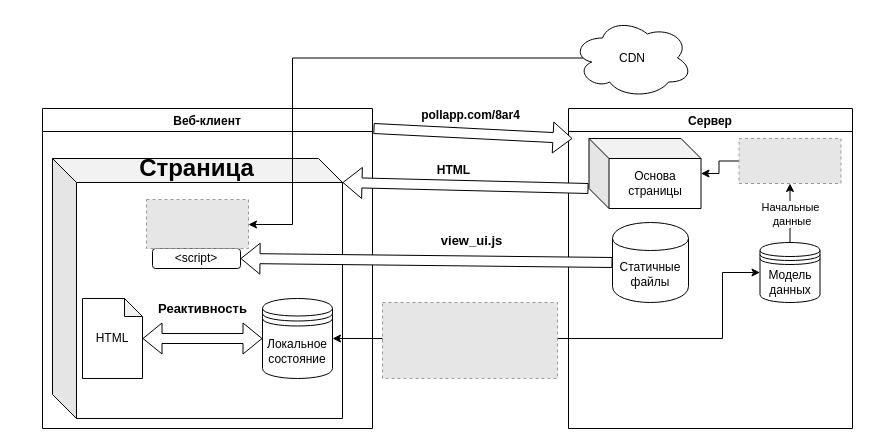
Jeday/GraduationPaper keeps this draw.io diagram as drawio/ui.drawio. Above is the earlier version. Source tidied: cells renumbered, new cells numbered last; positions are measured from the earlier drawing's top-left corner, leaving out a move shared by most shapes. Both pictures are drawn from the tidied source at 100%, with x=0, y=0 at pixel (42, 18). Pictures stored in the file or linked from it are replaced by grey dashed boxes.
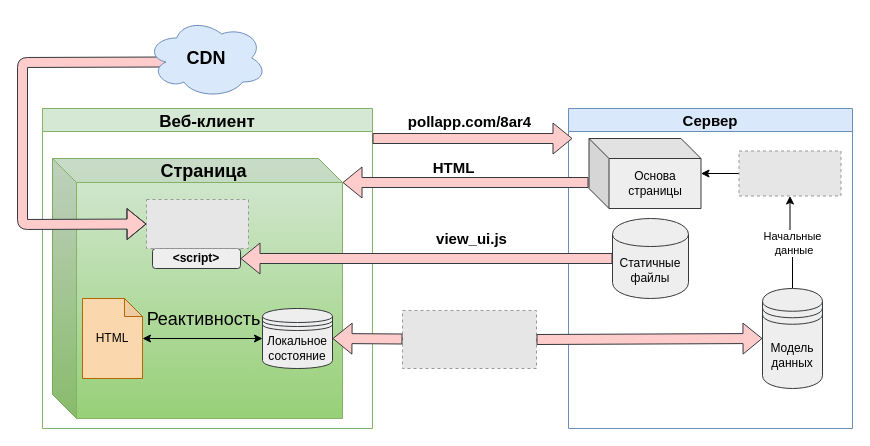
After the change.

The change refers to these unchanged cells:
```xml
<mxCell id="12" style="fillColor=#E6E6E6;strokeColor=#999999;dashed=1;verticalLabelPosition=bottom;labelBackgroundColor=#ffffff;verticalAlign=top;whiteSpace=wrap;" parent="9" vertex="1">
  <mxGeometry x="104" y="91" width="102" height="49" as="geometry" />
</mxCell>
```

Change to the diagram source:
```diff
@@
-    <mxCell id="2" value="Сервер" style="swimlane;" parent="1" vertex="1">
+    <mxCell id="2" value="Сервер" style="swimlane;fillColor=#dae8fc;strokeColor=#6c8ebf;fontSize=15;" parent="1" vertex="1">
       <mxGeometry x="526" y="90" width="284" height="320" as="geometry" />
     </mxCell>
@@
     <mxCell id="4" style="fillColor=#E6E6E6;strokeColor=#999999;dashed=1;verticalLabelPosition=bottom;labelBackgroundColor=#ffffff;verticalAlign=top;" parent="2" vertex="1">
-      <mxGeometry x="170.5" y="30" width="102" height="45" as="geometry" />
+      <mxGeometry x="170.5" y="42.5" width="102" height="45" as="geometry" />
     </mxCell>
-    <mxCell id="5" value="Основа страницы" style="shape=cube;whiteSpace=wrap;html=1;boundedLbl=1;backgroundOutline=1;darkOpacity=0.05;darkOpacity2=0.1;" parent="2" vertex="1">
+    <mxCell id="5" value="Основа страницы" style="shape=cube;whiteSpace=wrap;html=1;boundedLbl=1;backgroundOutline=1;darkOpacity=0.05;darkOpacity2=0.1;fillColor=#eeeeee;strokeColor=#36393d;" parent="2" vertex="1">
       <mxGeometry x="20.5" y="30" width="112" height="70" as="geometry" />
     </mxCell>
@@
-    <mxCell id="7" value="Модель данных" style="shape=datastore;whiteSpace=wrap;html=1;" parent="2" vertex="1">
-      <mxGeometry x="191.5" y="134" width="60" height="60" as="geometry" />
+    <mxCell id="7" value="Модель данных" style="shape=datastore;whiteSpace=wrap;html=1;fillColor=#eeeeee;strokeColor=#36393d;" parent="2" vertex="1">
+      <mxGeometry x="194" y="180" width="60" height="100" as="geometry" />
     </mxCell>
-    <mxCell id="8" value="Статичные файлы" style="shape=cylinder;whiteSpace=wrap;html=1;boundedLbl=1;backgroundOutline=1;" parent="2" vertex="1">
-      <mxGeometry x="44" y="114" width="76" height="80" as="geometry" />
+    <mxCell id="8" value="Статичные файлы" style="shape=cylinder;whiteSpace=wrap;html=1;boundedLbl=1;backgroundOutline=1;fillColor=#eeeeee;strokeColor=#36393d;" parent="2" vertex="1">
+      <mxGeometry x="44" y="110" width="76" height="80" as="geometry" />
     </mxCell>
-    <mxCell id="9" value="Веб-клиент" style="swimlane;" parent="1" vertex="1">
+    <mxCell id="9" value="Веб-клиент" style="swimlane;fillColor=#d5e8d4;strokeColor=#82b366;fontSize=17;" parent="1" vertex="1">
       <mxGeometry y="90" width="330" height="320" as="geometry" />
     </mxCell>
-    <mxCell id="10" style="shape=cube;whiteSpace=wrap;html=1;boundedLbl=1;backgroundOutline=1;darkOpacity=0.05;darkOpacity2=0.1;size=24;" parent="9" vertex="1">
+    <mxCell id="10" style="shape=cube;whiteSpace=wrap;html=1;boundedLbl=1;backgroundOutline=1;darkOpacity=0.05;darkOpacity2=0.1;size=24;fillColor=#d5e8d4;strokeColor=#82b366;gradientColor=#97d077;" parent="9" vertex="1">
       <mxGeometry x="10" y="50" width="290" height="260" as="geometry" />
     </mxCell>
-    <mxCell id="11" value="&amp;lt;script&amp;gt;" style="rounded=1;whiteSpace=wrap;html=1;" parent="9" vertex="1">
+    <mxCell id="11" value="&amp;lt;script&amp;gt;" style="rounded=1;whiteSpace=wrap;html=1;fillColor=#eeeeee;strokeColor=#36393d;fontStyle=1;" parent="9" vertex="1">
       <mxGeometry x="110" y="140" width="88" height="20" as="geometry" />
     </mxCell>
@@
+    <mxCell id="27" style="edgeStyle=orthogonalEdgeStyle;rounded=0;jettySize=auto;html=1;exitX=0;exitY=0.5;exitDx=0;exitDy=0;labelBackgroundColor=none;startArrow=classic;startFill=1;strokeWidth=1;fontSize=18;" parent="9" edge="1" source="13" target="14">
+      <mxGeometry relative="1" as="geometry" />
+    </mxCell>
+    <mxCell id="15" value="Реактивность" style="text;html=1;align=center;verticalAlign=middle;labelBackgroundColor=none;fontSize=18;labelBorderColor=none;" parent="27" vertex="1">
+      <mxGeometry x="0.07" y="-1" relative="1" as="geometry">
+        <mxPoint x="4.5" y="-19" as="offset" />
+      </mxGeometry>
+    </mxCell>
-    <mxCell id="13" value="Локальное состояние" style="shape=datastore;whiteSpace=wrap;html=1;" parent="9" vertex="1">
-      <mxGeometry x="220" y="190" width="70" height="80" as="geometry" />
+    <mxCell id="13" value="Локальное состояние" style="shape=datastore;whiteSpace=wrap;html=1;fillColor=#eeeeee;strokeColor=#36393d;" parent="9" vertex="1">
+      <mxGeometry x="220" y="200" width="70" height="60" as="geometry" />
     </mxCell>
-    <mxCell id="14" value="HTML" style="shape=note;whiteSpace=wrap;html=1;backgroundOutline=1;darkOpacity=0.05;size=18;" parent="9" vertex="1">
+    <mxCell id="14" value="HTML" style="shape=note;whiteSpace=wrap;html=1;backgroundOutline=1;darkOpacity=0.05;size=18;fillColor=#fad7ac;strokeColor=#b46504;" parent="9" vertex="1">
       <mxGeometry x="40" y="190" width="60" height="80" as="geometry" />
     </mxCell>
-    <mxCell id="15" value="Реактивность" style="shape=flexArrow;endArrow=classic;startArrow=classic;html=1;strokeColor=#000000;fillColor=#ffffff;fontStyle=1;fontSize=13;" parent="9" edge="1" source="13" target="14">
-      <mxGeometry y="-30" relative="1" as="geometry" />
-    </mxCell>
-    <mxCell id="16" value="Страница" style="text;strokeColor=none;fillColor=none;html=1;fontSize=24;fontStyle=1;verticalAlign=middle;align=center;" parent="9" vertex="1">
-      <mxGeometry x="104" y="40" width="100" height="40" as="geometry" />
+    <mxCell id="16" value="Страница" style="text;strokeColor=none;fillColor=none;html=1;fontSize=18;fontStyle=1;verticalAlign=middle;align=center;" parent="9" vertex="1">
+      <mxGeometry x="104" y="37.5" width="114" height="50" as="geometry" />
     </mxCell>
-    <mxCell id="17" value="view_ui.js" style="shape=flexArrow;endArrow=classic;html=1;entryX=1;entryY=0.5;entryDx=0;entryDy=0;fillColor=#ffffff;exitX=0;exitY=0.5;exitDx=0;exitDy=0;fontStyle=1;fontSize=13;" parent="1" edge="1" source="8" target="11">
+    <mxCell id="17" value="view_ui.js" style="shape=flexArrow;endArrow=classic;html=1;entryX=1;entryY=0.5;entryDx=0;entryDy=0;fillColor=#ffcccc;exitX=0;exitY=0.5;exitDx=0;exitDy=0;fontStyle=1;fontSize=15;strokeColor=#36393d;" parent="1" edge="1" source="8" target="11">
       <mxGeometry x="-0.24" y="-20" relative="1" as="geometry" />
     </mxCell>
-    <mxCell id="18" style="edgeStyle=orthogonalEdgeStyle;rounded=0;jettySize=auto;html=1;exitX=0.875;exitY=0.5;exitDx=0;exitDy=0;exitPerimeter=0;fillColor=#ffffff;" parent="1" edge="1" source="19" target="12">
-      <mxGeometry relative="1" as="geometry">
-        <Array as="points">
-          <mxPoint x="250" y="40" />
-          <mxPoint x="250" y="206" />
-        </Array>
-      </mxGeometry>
-    </mxCell>
-    <mxCell id="19" value="CDN" style="ellipse;shape=cloud;whiteSpace=wrap;html=1;" parent="1" vertex="1">
-      <mxGeometry x="530" y="-0.5" width="120" height="80" as="geometry" />
-    </mxCell>
-    <mxCell id="20" style="edgeStyle=orthogonalEdgeStyle;rounded=0;jettySize=auto;html=1;exitX=0;exitY=0.5;exitDx=0;exitDy=0;entryX=1;entryY=0.5;entryDx=0;entryDy=0;strokeColor=#000000;fillColor=#ffffff;" parent="1" edge="1" source="22" target="13">
-      <mxGeometry relative="1" as="geometry">
-        <Array as="points">
-          <mxPoint x="340" y="320" />
-        </Array>
-      </mxGeometry>
-    </mxCell>
-    <mxCell id="21" style="edgeStyle=orthogonalEdgeStyle;rounded=0;jettySize=auto;html=1;exitX=1;exitY=0.5;exitDx=0;exitDy=0;strokeColor=#000000;fillColor=#ffffff;entryX=0;entryY=0.5;entryDx=0;entryDy=0;" parent="1" edge="1" source="22" target="7">
-      <mxGeometry relative="1" as="geometry">
-        <Array as="points">
-          <mxPoint x="515" y="320" />
-          <mxPoint x="680" y="320" />
-          <mxPoint x="680" y="254" />
-        </Array>
-      </mxGeometry>
-    </mxCell>
     <mxCell id="22" style="fillColor=#E6E6E6;strokeColor=#999999;dashed=1;verticalLabelPosition=bottom;labelBackgroundColor=#ffffff;verticalAlign=top;" parent="1" vertex="1">
-      <mxGeometry x="340" y="284" width="175" height="76" as="geometry" />
+      <mxGeometry x="360" y="292" width="134" height="58" as="geometry" />
     </mxCell>
-    <mxCell id="23" style="shape=flexArrow;endArrow=classic;html=1;entryX=0;entryY=0;entryDx=290;entryDy=24;entryPerimeter=0;fillColor=#ffffff;" parent="1" edge="1" target="10">
+    <mxCell id="23" style="shape=flexArrow;endArrow=classic;html=1;entryX=0;entryY=0;entryDx=290;entryDy=24;entryPerimeter=0;fillColor=#ffcccc;strokeColor=#36393d;" parent="1" edge="1" target="10">
       <mxGeometry relative="1" as="geometry">
-        <mxPoint x="546" y="170" as="sourcePoint" />
+        <mxPoint x="546" y="164" as="sourcePoint" />
       </mxGeometry>
     </mxCell>
-    <mxCell id="24" value="HTML" style="text;html=1;align=center;verticalAlign=middle;labelBackgroundColor=#ffffff;fontStyle=1;" parent="23" vertex="1">
+    <mxCell id="24" value="HTML" style="text;html=1;align=center;verticalAlign=middle;labelBackgroundColor=#ffffff;fontStyle=1;fontSize=15;" parent="23" vertex="1">
       <mxGeometry x="0.13" y="-1" relative="1" as="geometry">
         <mxPoint x="3" y="-14.5" as="offset" />
       </mxGeometry>
     </mxCell>
-    <mxCell id="25" style="shape=flexArrow;endArrow=classic;html=1;fillColor=#ffffff;" parent="1" edge="1">
+    <mxCell id="25" style="shape=flexArrow;endArrow=classic;html=1;fillColor=#ffcccc;strokeColor=#36393d;" parent="1" edge="1">
       <mxGeometry relative="1" as="geometry">
-        <mxPoint x="331" y="110" as="sourcePoint" />
+        <mxPoint x="330" y="120" as="sourcePoint" />
         <mxPoint x="530" y="120" as="targetPoint" />
       </mxGeometry>
     </mxCell>
-    <mxCell id="26" value="pollapp.com/8ar4" style="text;html=1;align=center;verticalAlign=middle;labelBackgroundColor=#ffffff;rotation=0;fontStyle=1;" parent="25" vertex="1">
+    <mxCell id="26" value="pollapp.com/8ar4" style="text;html=1;align=center;verticalAlign=middle;labelBackgroundColor=#ffffff;rotation=0;fontStyle=1;fontSize=15;" parent="25" vertex="1">
       <mxGeometry x="-0.19" y="-1" relative="1" as="geometry">
         <mxPoint x="15.5" y="-19" as="offset" />
       </mxGeometry>
     </mxCell>
+    <mxCell id="18" style="shape=flexArrow;endArrow=classic;html=1;fillColor=#ffcccc;strokeColor=#36393d;entryX=0;entryY=0.5;entryDx=0;entryDy=0;exitX=0.16;exitY=0.55;exitDx=0;exitDy=0;exitPerimeter=0;" parent="1" edge="1" source="19" target="12">
+      <mxGeometry relative="1" as="geometry">
+        <Array as="points">
+          <mxPoint x="-20" y="44" />
+          <mxPoint x="-20" y="206" />
+        </Array>
+      </mxGeometry>
+    </mxCell>
+    <mxCell id="19" value="CDN" style="ellipse;shape=cloud;whiteSpace=wrap;html=1;fillColor=#dae8fc;strokeColor=#6c8ebf;fontStyle=1;fontSize=18;" parent="1" vertex="1">
+      <mxGeometry x="104.2" y="-0.5" width="120" height="80" as="geometry" />
+    </mxCell>
+    <mxCell id="20" style="shape=flexArrow;endArrow=classic;html=1;fillColor=#ffcccc;fontStyle=1;fontSize=15;strokeColor=#36393d;entryX=1;entryY=0.5;entryDx=0;entryDy=0;" parent="1" edge="1" source="22" target="13">
+      <mxGeometry x="-0.24" y="-20" relative="1" as="geometry" />
+    </mxCell>
+    <mxCell id="21" style="shape=flexArrow;endArrow=classic;html=1;entryX=0;entryY=0.5;entryDx=0;entryDy=0;fillColor=#ffcccc;exitX=1;exitY=0.5;exitDx=0;exitDy=0;fontStyle=1;fontSize=15;strokeColor=#36393d;" parent="1" edge="1" source="22" target="7">
+      <mxGeometry x="-0.24" y="-20" relative="1" as="geometry" />
+    </mxCell>
```
